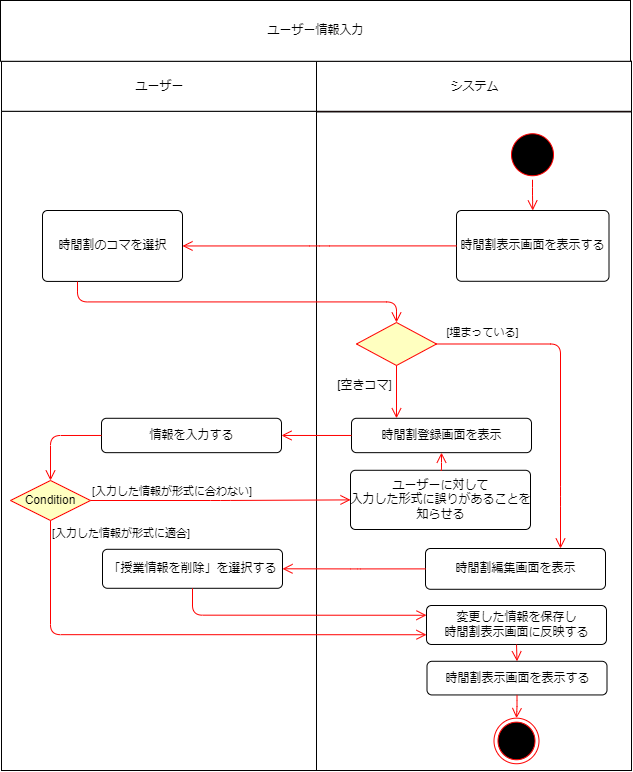
Before: 振る舞い図/アクティビティ図/アクティビティ図＿時間割.drawio.png, a diagram exported from draw.io (masaki1234567/psp4). Source tidied: cells renumbered, new cells last; positions are measured from the earlier drawing's top-left corner, leaving out a move shared by most shapes.
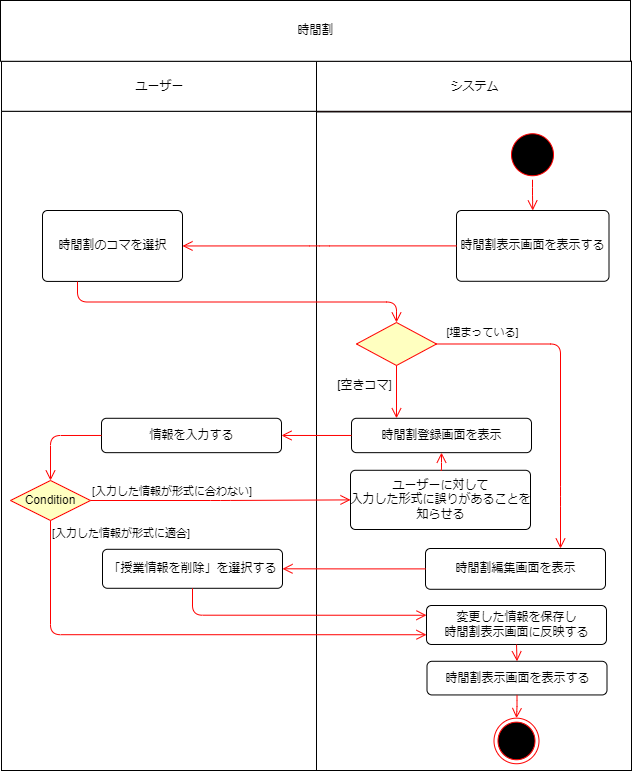
The same file after the commit.

The edit, as a diff of the source:
```diff
@@ -126,7 +126,7 @@
         </Array>
       </mxGeometry>
     </mxCell>
-    <mxCell id="39" value="ユーザー情報入力" style="html=1;dashed=0;whitespace=wrap;" parent="2" vertex="1">
+    <mxCell id="39" value="時間割" style="html=1;dashed=0;whitespace=wrap;" parent="2" vertex="1">
       <mxGeometry width="630" height="60.8" as="geometry" />
     </mxCell>
   </root>
```
